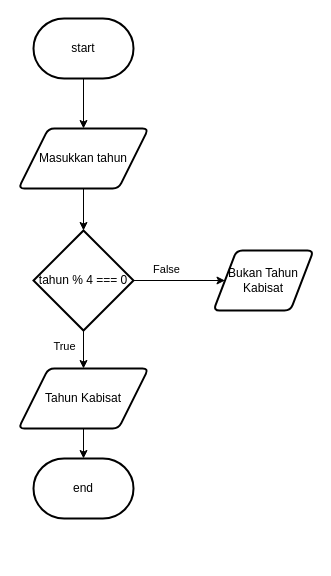
Before: page "Memeriksa tahun kabisat" (2 of 5) of Tugas Flowchart.drawio in Mufty-arifin/Dibimbing, a draw.io diagram. Source tidied: cells renumbered, new cells numbered last; positions are measured from the earlier drawing's top-left corner, leaving out a move shared by most shapes. Both pictures are drawn from the tidied source at 100%, with x=0, y=0 at pixel (18, 18).
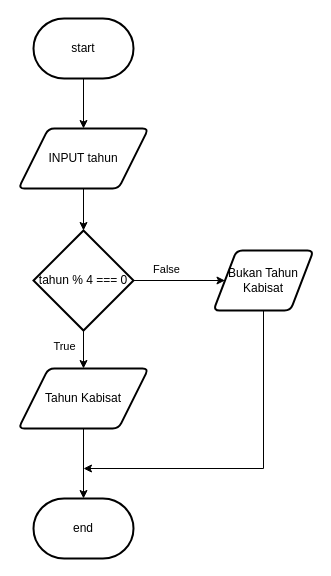
The same diagram, later.

What changed in the source:
```diff
@@
 <mxGraphModel>
   <root>
     <mxCell id="0" />
     <mxCell id="1" parent="0" />
     <mxCell id="2" style="edgeStyle=orthogonalEdgeStyle;rounded=0;jettySize=auto;html=1;" parent="1" edge="1" source="3" target="5">
       <mxGeometry relative="1" as="geometry" />
     </mxCell>
     <mxCell id="3" value="start" style="strokeWidth=2;html=1;shape=mxgraph.flowchart.terminator;whiteSpace=wrap;" parent="1" vertex="1">
       <mxGeometry x="15" width="100" height="60" as="geometry" />
     </mxCell>
     <mxCell id="4" style="edgeStyle=orthogonalEdgeStyle;rounded=0;jettySize=auto;html=1;entryX=0.5;entryY=0;entryDx=0;entryDy=0;entryPerimeter=0;" parent="1" edge="1" source="5" target="10">
       <mxGeometry relative="1" as="geometry" />
     </mxCell>
-    <mxCell id="5" value="Masukkan tahun" style="shape=parallelogram;html=1;strokeWidth=2;perimeter=parallelogramPerimeter;whiteSpace=wrap;rounded=1;arcSize=12;size=0.23;" parent="1" vertex="1">
+    <mxCell id="5" value="INPUT tahun" style="shape=parallelogram;html=1;strokeWidth=2;perimeter=parallelogramPerimeter;whiteSpace=wrap;rounded=1;arcSize=12;size=0.23;" parent="1" vertex="1">
       <mxGeometry y="110" width="130" height="60" as="geometry" />
     </mxCell>
     <mxCell id="6" style="edgeStyle=orthogonalEdgeStyle;rounded=0;jettySize=auto;html=1;" parent="1" edge="1" source="10" target="11">
       <mxGeometry relative="1" as="geometry" />
     </mxCell>
     <mxCell id="7" value="False" style="edgeLabel;html=1;align=center;verticalAlign=middle;" parent="6" vertex="1">
       <mxGeometry x="-0.31" relative="1" as="geometry">
         <mxPoint y="-12" as="offset" />
       </mxGeometry>
     </mxCell>
     <mxCell id="8" style="edgeStyle=orthogonalEdgeStyle;rounded=0;jettySize=auto;html=1;" parent="1" edge="1" source="10" target="13">
       <mxGeometry relative="1" as="geometry" />
     </mxCell>
     <mxCell id="9" value="True" style="edgeLabel;html=1;align=center;verticalAlign=middle;" parent="8" vertex="1">
       <mxGeometry x="-0.3" y="-2" relative="1" as="geometry">
         <mxPoint x="-18" as="offset" />
       </mxGeometry>
     </mxCell>
     <mxCell id="10" value="tahun % 4 === 0" style="strokeWidth=2;html=1;shape=mxgraph.flowchart.decision;whiteSpace=wrap;" parent="1" vertex="1">
       <mxGeometry x="15" y="212" width="100" height="100" as="geometry" />
     </mxCell>
+    <mxCell id="15" style="edgeStyle=orthogonalEdgeStyle;rounded=0;jettySize=auto;html=1;" parent="1" edge="1" source="11">
+      <mxGeometry relative="1" as="geometry">
+        <mxPoint x="65" y="450" as="targetPoint" />
+        <Array as="points">
+          <mxPoint x="245" y="450" />
+        </Array>
+      </mxGeometry>
+    </mxCell>
     <mxCell id="11" value="Bukan Tahun Kabisat" style="shape=parallelogram;html=1;strokeWidth=2;perimeter=parallelogramPerimeter;whiteSpace=wrap;rounded=1;arcSize=12;size=0.23;" parent="1" vertex="1">
       <mxGeometry x="195" y="232" width="100" height="60" as="geometry" />
     </mxCell>
     <mxCell id="12" style="edgeStyle=orthogonalEdgeStyle;rounded=0;jettySize=auto;html=1;" parent="1" edge="1" source="13" target="14">
       <mxGeometry relative="1" as="geometry" />
     </mxCell>
     <mxCell id="13" value="Tahun Kabisat" style="shape=parallelogram;html=1;strokeWidth=2;perimeter=parallelogramPerimeter;whiteSpace=wrap;rounded=1;arcSize=12;size=0.23;" parent="1" vertex="1">
       <mxGeometry y="350" width="130" height="60" as="geometry" />
     </mxCell>
     <mxCell id="14" value="end" style="strokeWidth=2;html=1;shape=mxgraph.flowchart.terminator;whiteSpace=wrap;" parent="1" vertex="1">
-      <mxGeometry x="15" y="440" width="100" height="60" as="geometry" />
+      <mxGeometry x="15" y="480" width="100" height="60" as="geometry" />
     </mxCell>
   </root>
 </mxGraphModel>
```
